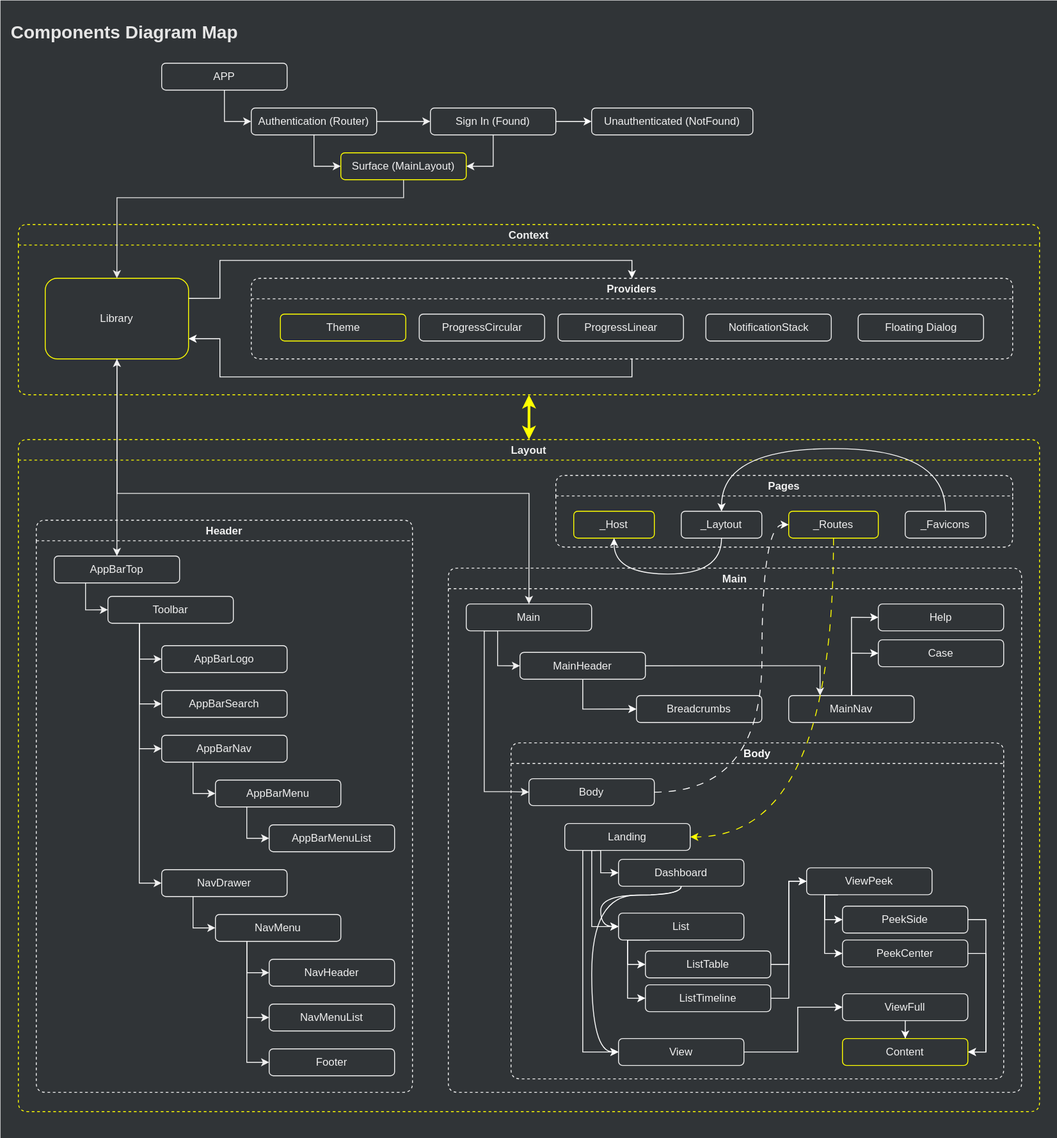
Above: diagrams/juvpro/components-diagram-map.svg in tcjpd/tcjpd.github.io (draw.io), before the change. Source tidied: cells renumbered, new cells last; positions are measured from the earlier drawing's top-left corner, leaving out a move shared by most shapes.
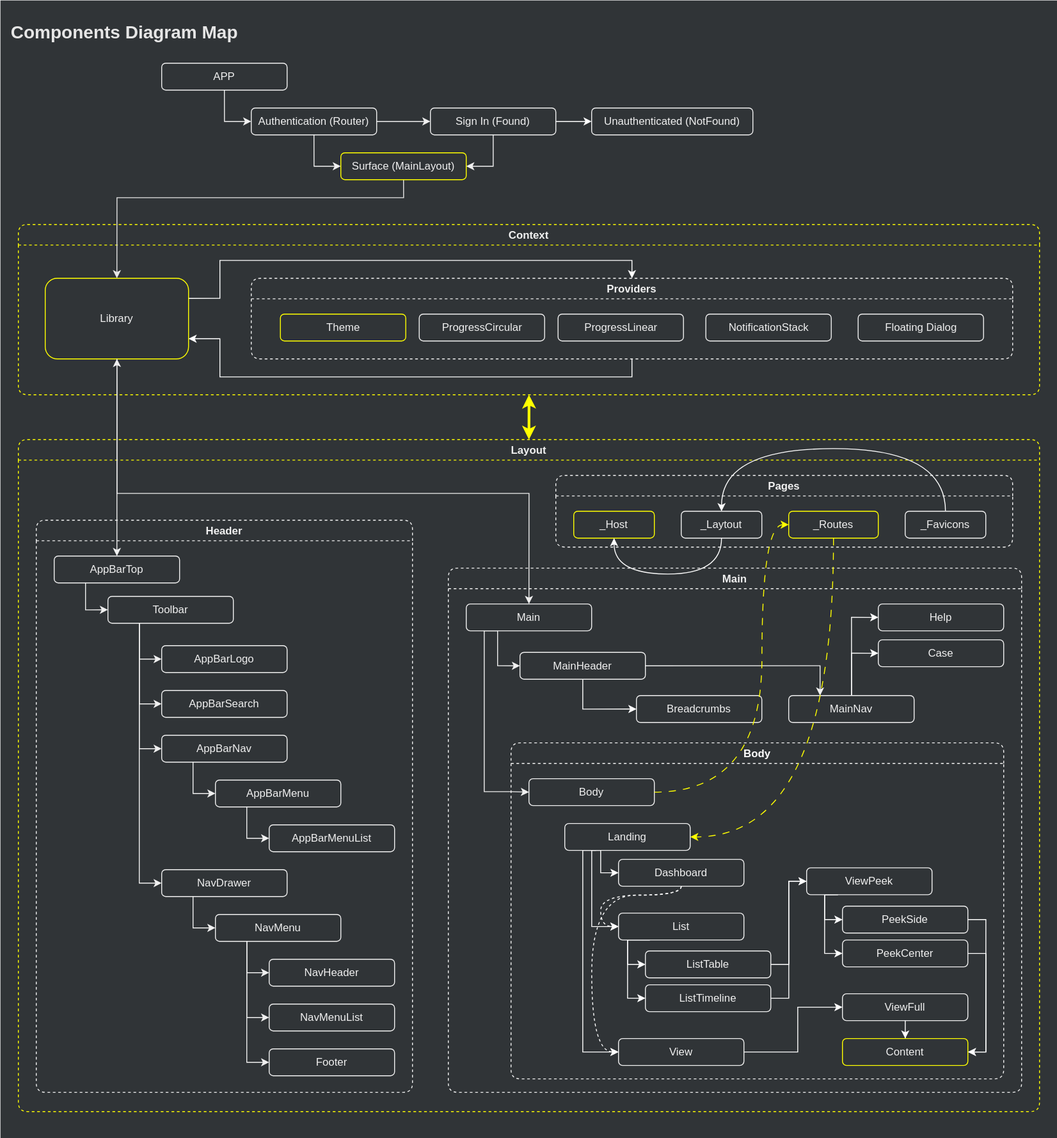
Above is the later version.

The edit, as a diff of the source:
```diff
@@ -371,7 +371,7 @@
     <mxCell id="85" value="Content" style="rounded=1;whiteSpace=wrap;html=1;fontColor=#F0F0F0;strokeColor=#FFFF00;fillColor=#303437;" parent="55" vertex="1">
       <mxGeometry x="370" y="330" width="140" height="30" as="geometry" />
     </mxCell>
-    <mxCell id="86" style="edgeStyle=orthogonalEdgeStyle;rounded=0;jettySize=auto;html=1;entryX=0;entryY=0.5;entryDx=0;entryDy=0;strokeColor=#FFFFFF;curved=1;" parent="55" edge="1" source="88" target="75">
+    <mxCell id="86" style="edgeStyle=orthogonalEdgeStyle;rounded=0;jettySize=auto;html=1;entryX=0;entryY=0.5;entryDx=0;entryDy=0;strokeColor=#FFFFFF;curved=1;dashed=1;" parent="55" edge="1" source="88" target="75">
       <mxGeometry relative="1" as="geometry">
         <Array as="points">
           <mxPoint x="190" y="170" />
@@ -380,7 +380,7 @@
         </Array>
       </mxGeometry>
     </mxCell>
-    <mxCell id="87" style="edgeStyle=orthogonalEdgeStyle;rounded=0;jettySize=auto;html=1;entryX=0;entryY=0.5;entryDx=0;entryDy=0;strokeColor=#FFFFFF;curved=1;" parent="55" edge="1" source="88" target="69">
+    <mxCell id="87" style="edgeStyle=orthogonalEdgeStyle;rounded=0;jettySize=auto;html=1;entryX=0;entryY=0.5;entryDx=0;entryDy=0;strokeColor=#FFFFFF;curved=1;dashed=1;" parent="55" edge="1" source="88" target="69">
       <mxGeometry relative="1" as="geometry">
         <Array as="points">
           <mxPoint x="190" y="170" />
@@ -463,7 +463,7 @@
         </Array>
       </mxGeometry>
     </mxCell>
-    <mxCell id="103" style="edgeStyle=orthogonalEdgeStyle;rounded=0;jettySize=auto;html=1;exitX=1;exitY=0.5;exitDx=0;exitDy=0;strokeColor=#FFFFFF;curved=1;entryX=0;entryY=0.5;entryDx=0;entryDy=0;dashed=1;dashPattern=8 8;" parent="11" edge="1" source="59" target="96">
+    <mxCell id="103" style="edgeStyle=orthogonalEdgeStyle;rounded=0;jettySize=auto;html=1;exitX=1;exitY=0.5;exitDx=0;exitDy=0;strokeColor=#FFFF00;curved=1;entryX=0;entryY=0.5;entryDx=0;entryDy=0;dashed=1;dashPattern=8 8;" parent="11" edge="1" source="59" target="96">
       <mxGeometry relative="1" as="geometry">
         <Array as="points">
           <mxPoint x="830" y="394" />
```
